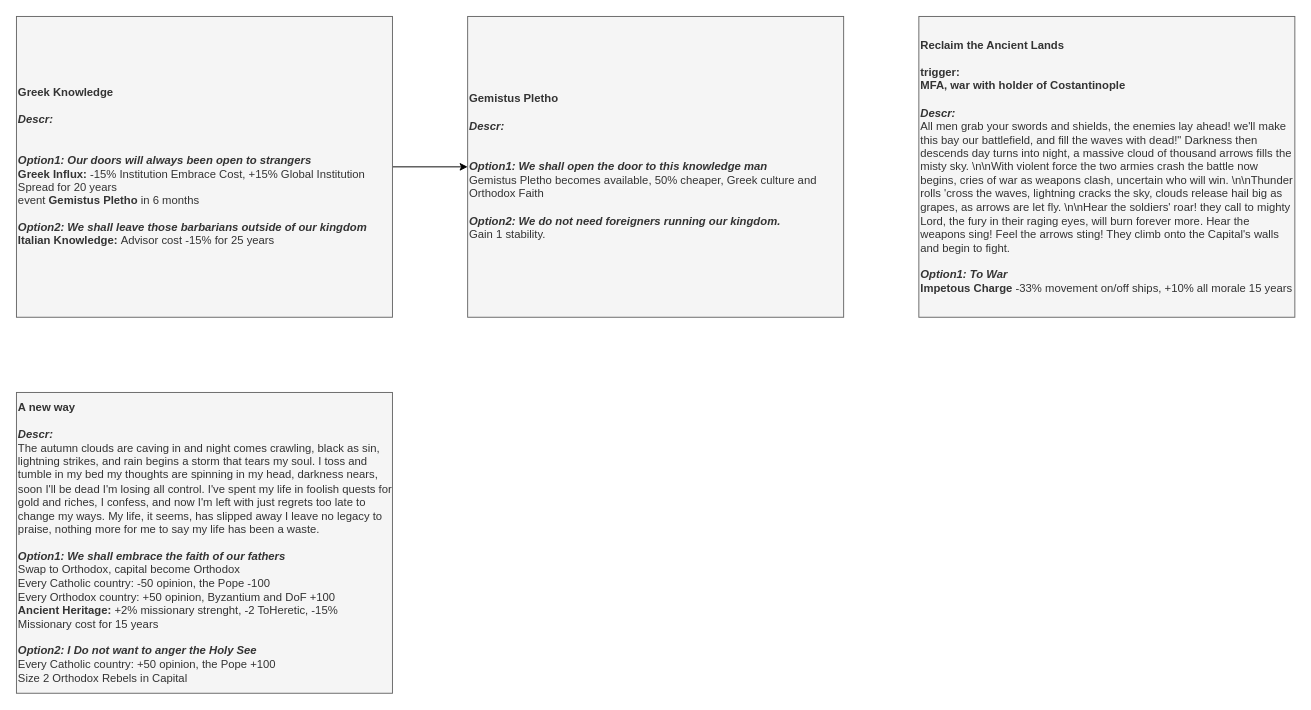
Earlier version of the draw.io diagram page "Events" (2 of 2) of It's Moscato Time/Its Moscato Time.drawio (Melvasul/Missions-Expanded). Source tidied: cells renumbered, new cells numbered last; positions are measured from the earlier drawing's top-left corner, leaving out a move shared by most shapes. Both pictures are drawn from the tidied source at 94%, with x=0, y=0 at pixel (16, 16).
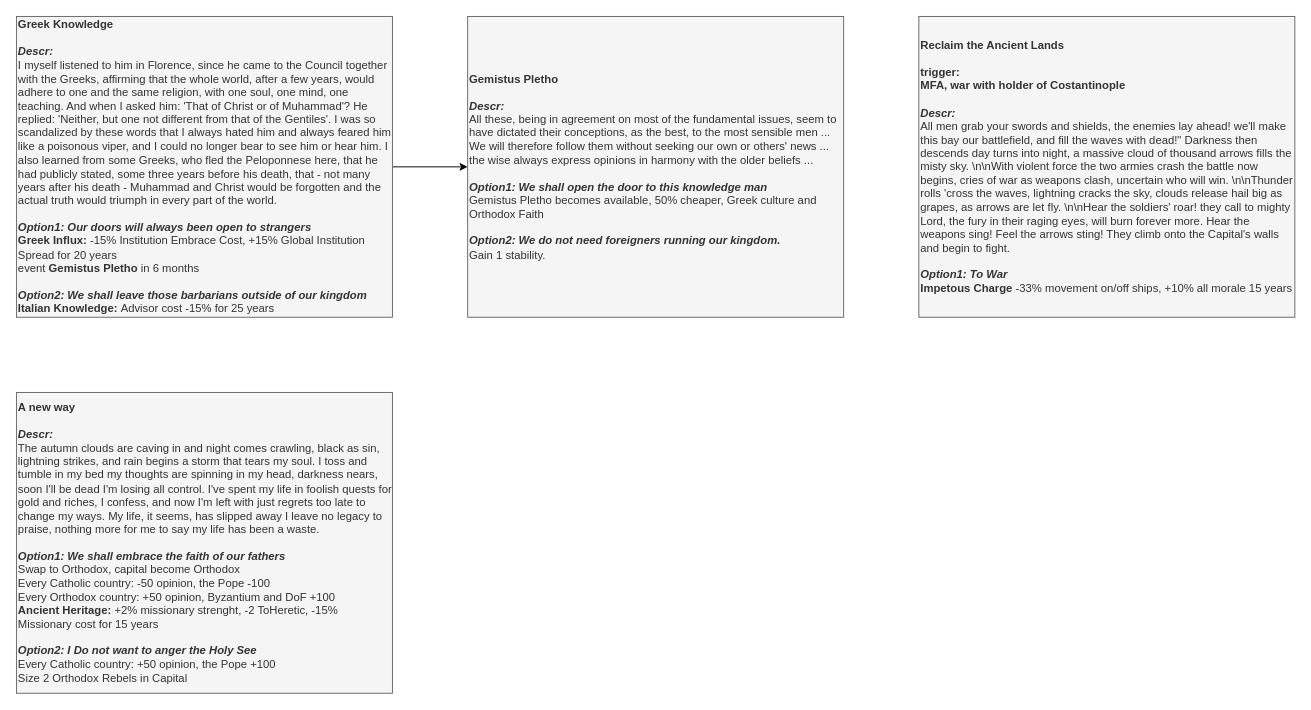
Above is the later version.

Change to the diagram source:
```diff
@@
 <mxGraphModel>
   <root>
     <mxCell id="0" />
     <mxCell id="1" parent="0" />
     <mxCell id="2" style="edgeStyle=orthogonalEdgeStyle;rounded=1;jettySize=auto;html=1;strokeColor=#000000;" parent="1" edge="1" source="3" target="4">
       <mxGeometry relative="1" as="geometry" />
     </mxCell>
-    <mxCell id="3" value="&lt;div style=&quot;font-size: 12px&quot; align=&quot;left&quot;&gt;&lt;b&gt;Greek Knowledge&lt;/b&gt;&lt;/div&gt;&lt;div style=&quot;font-size: 12px&quot; align=&quot;left&quot;&gt;&lt;b&gt;&lt;br&gt;&lt;/b&gt;&lt;/div&gt;&lt;div style=&quot;font-size: 12px&quot; align=&quot;left&quot;&gt;&lt;font style=&quot;font-size: 12px&quot;&gt;&lt;span style=&quot;font-size: 12px&quot;&gt;&lt;font style=&quot;font-size: 12px&quot;&gt;&lt;i style=&quot;font-size: 12px&quot;&gt;&lt;b style=&quot;font-size: 12px&quot;&gt;Descr:&lt;/b&gt;&lt;/i&gt;&lt;/font&gt;&lt;/span&gt;&lt;/font&gt;&lt;/div&gt;&lt;div style=&quot;font-size: 12px&quot; align=&quot;left&quot;&gt;&lt;div align=&quot;left&quot; style=&quot;font-size: 12px&quot;&gt;&lt;br&gt;&lt;/div&gt;&lt;div align=&quot;left&quot; style=&quot;font-size: 12px&quot;&gt;&lt;br&gt;&lt;/div&gt;&lt;/div&gt;&lt;div style=&quot;font-size: 12px&quot; align=&quot;left&quot;&gt;&lt;font style=&quot;font-size: 12px&quot;&gt;&lt;b style=&quot;font-size: 12px&quot;&gt;&lt;i style=&quot;font-size: 12px&quot;&gt;Option1: Our doors will always been open to strangers&lt;/i&gt;&lt;/b&gt;&lt;/font&gt;&lt;/div&gt;&lt;div style=&quot;font-size: 12px&quot; align=&quot;left&quot;&gt;&lt;div align=&quot;left&quot;&gt;&lt;b&gt;Greek Influx:&lt;/b&gt;&amp;nbsp;-15% Institution Embrace Cost, +15% Global Institution Spread for 20 years&lt;/div&gt;&lt;div align=&quot;left&quot;&gt;event&amp;nbsp;&lt;b&gt;Gemistus Pletho&lt;/b&gt;&amp;nbsp;in 6 months&lt;/div&gt;&lt;/div&gt;&lt;div style=&quot;font-size: 12px&quot; align=&quot;left&quot;&gt;&lt;br&gt;&lt;/div&gt;&lt;div style=&quot;font-size: 12px&quot; align=&quot;left&quot;&gt;&lt;font style=&quot;font-size: 12px&quot;&gt;&lt;font style=&quot;font-size: 12px&quot;&gt;&lt;b style=&quot;font-size: 12px&quot;&gt;&lt;i style=&quot;font-size: 12px&quot;&gt;Option2: We shall leave those barbarians outside of our kingdom&lt;/i&gt;&lt;/b&gt;&lt;/font&gt;&lt;/font&gt;&lt;/div&gt;&lt;div style=&quot;font-size: 12px&quot; align=&quot;left&quot;&gt;&lt;b&gt;Italian Knowledge:&lt;/b&gt;&amp;nbsp;Advisor cost -15% for 25 years&lt;/div&gt;" style="rounded=0;whiteSpace=wrap;html=1;align=left;fontSize=12;fillColor=#f5f5f5;strokeColor=#666666;fontColor=#333333;" parent="1" vertex="1">
+    <mxCell id="3" value="&lt;div style=&quot;font-size: 12px&quot; align=&quot;left&quot;&gt;&lt;b&gt;Greek Knowledge&lt;/b&gt;&lt;/div&gt;&lt;div style=&quot;font-size: 12px&quot; align=&quot;left&quot;&gt;&lt;b&gt;&lt;br&gt;&lt;/b&gt;&lt;/div&gt;&lt;div style=&quot;font-size: 12px&quot; align=&quot;left&quot;&gt;&lt;font style=&quot;font-size: 12px&quot;&gt;&lt;span style=&quot;font-size: 12px&quot;&gt;&lt;font style=&quot;font-size: 12px&quot;&gt;&lt;i style=&quot;font-size: 12px&quot;&gt;&lt;b style=&quot;font-size: 12px&quot;&gt;Descr:&lt;/b&gt;&lt;/i&gt;&lt;/font&gt;&lt;/span&gt;&lt;/font&gt;&lt;/div&gt;&lt;div align=&quot;left&quot;&gt;&lt;div align=&quot;left&quot;&gt;I myself listened to him in Florence, since he came to the Council together with the Greeks, affirming that the whole world, after a few years, would adhere to one and the same religion, with one soul, one mind, one teaching. And when I asked him: 'That of Christ or of Muhammad'? He replied: 'Neither, but one not different from that of the Gentiles'. I was so scandalized by these words that I always hated him and always feared him like a poisonous viper, and I could no longer bear to see him or hear him. I also learned from some Greeks, who fled the Peloponnese here, that he had publicly stated, some three years before his death, that - not many years after his death - Muhammad and Christ would be forgotten and the actual truth would triumph in every part of the world.&lt;br&gt;&lt;/div&gt;&lt;div align=&quot;left&quot; style=&quot;font-size: 12px&quot;&gt;&lt;br&gt;&lt;/div&gt;&lt;/div&gt;&lt;div style=&quot;font-size: 12px&quot; align=&quot;left&quot;&gt;&lt;font style=&quot;font-size: 12px&quot;&gt;&lt;b style=&quot;font-size: 12px&quot;&gt;&lt;i style=&quot;font-size: 12px&quot;&gt;Option1: Our doors will always been open to strangers&lt;/i&gt;&lt;/b&gt;&lt;/font&gt;&lt;/div&gt;&lt;div style=&quot;font-size: 12px&quot; align=&quot;left&quot;&gt;&lt;div align=&quot;left&quot;&gt;&lt;b&gt;Greek Influx:&lt;/b&gt;&amp;nbsp;-15% Institution Embrace Cost, +15% Global Institution Spread for 20 years&lt;/div&gt;&lt;div align=&quot;left&quot;&gt;event&amp;nbsp;&lt;b&gt;Gemistus Pletho&lt;/b&gt;&amp;nbsp;in 6 months&lt;/div&gt;&lt;/div&gt;&lt;div style=&quot;font-size: 12px&quot; align=&quot;left&quot;&gt;&lt;br&gt;&lt;/div&gt;&lt;div style=&quot;font-size: 12px&quot; align=&quot;left&quot;&gt;&lt;font style=&quot;font-size: 12px&quot;&gt;&lt;font style=&quot;font-size: 12px&quot;&gt;&lt;b style=&quot;font-size: 12px&quot;&gt;&lt;i style=&quot;font-size: 12px&quot;&gt;Option2: We shall leave those barbarians outside of our kingdom&lt;/i&gt;&lt;/b&gt;&lt;/font&gt;&lt;/font&gt;&lt;/div&gt;&lt;div style=&quot;font-size: 12px&quot; align=&quot;left&quot;&gt;&lt;b&gt;Italian Knowledge:&lt;/b&gt;&amp;nbsp;Advisor cost -15% for 25 years&lt;/div&gt;" style="rounded=0;whiteSpace=wrap;html=1;align=left;fontSize=12;fillColor=#f5f5f5;strokeColor=#666666;fontColor=#333333;" parent="1" vertex="1">
       <mxGeometry width="400" height="320" as="geometry" />
     </mxCell>
-    <mxCell id="4" value="&lt;div align=&quot;left&quot;&gt;&lt;b&gt;Gemistus Pletho&lt;/b&gt;&lt;br&gt;&lt;/div&gt;&lt;div style=&quot;font-size: 12px&quot; align=&quot;left&quot;&gt;&lt;b&gt;&lt;br&gt;&lt;/b&gt;&lt;/div&gt;&lt;div style=&quot;font-size: 12px&quot; align=&quot;left&quot;&gt;&lt;font style=&quot;font-size: 12px&quot;&gt;&lt;span style=&quot;font-size: 12px&quot;&gt;&lt;font style=&quot;font-size: 12px&quot;&gt;&lt;i style=&quot;font-size: 12px&quot;&gt;&lt;b style=&quot;font-size: 12px&quot;&gt;Descr:&lt;/b&gt;&lt;/i&gt;&lt;/font&gt;&lt;/span&gt;&lt;/font&gt;&lt;/div&gt;&lt;div style=&quot;font-size: 12px&quot; align=&quot;left&quot;&gt;&lt;div align=&quot;left&quot; style=&quot;font-size: 12px&quot;&gt;&lt;br&gt;&lt;/div&gt;&lt;div align=&quot;left&quot; style=&quot;font-size: 12px&quot;&gt;&lt;br&gt;&lt;/div&gt;&lt;/div&gt;&lt;div style=&quot;font-size: 12px&quot; align=&quot;left&quot;&gt;&lt;font style=&quot;font-size: 12px&quot;&gt;&lt;b style=&quot;font-size: 12px&quot;&gt;&lt;i style=&quot;font-size: 12px&quot;&gt;Option1: We shall open the door to this knowledge man&lt;/i&gt;&lt;/b&gt;&lt;/font&gt;&lt;/div&gt;&lt;div style=&quot;font-size: 12px&quot; align=&quot;left&quot;&gt;Gemistus Pletho becomes available, 50% cheaper, Greek culture and Orthodox Faith&lt;br&gt;&lt;/div&gt;&lt;div style=&quot;font-size: 12px&quot; align=&quot;left&quot;&gt;&lt;br&gt;&lt;/div&gt;&lt;div style=&quot;font-size: 12px&quot; align=&quot;left&quot;&gt;&lt;font style=&quot;font-size: 12px&quot;&gt;&lt;font style=&quot;font-size: 12px&quot;&gt;&lt;b style=&quot;font-size: 12px&quot;&gt;&lt;i style=&quot;font-size: 12px&quot;&gt;Option2: We do not need foreigners running our kingdom.&lt;/i&gt;&lt;/b&gt;&lt;/font&gt;&lt;/font&gt;&lt;/div&gt;&lt;div style=&quot;font-size: 12px&quot; align=&quot;left&quot;&gt;&lt;font style=&quot;font-size: 12px&quot;&gt;&lt;font style=&quot;font-size: 12px&quot;&gt;&lt;span style=&quot;font-size: 12px&quot;&gt;&lt;span style=&quot;font-size: 12px&quot;&gt;Gain 1 stability.&lt;/span&gt;&lt;/span&gt;&lt;/font&gt;&lt;/font&gt;&lt;/div&gt;" style="rounded=0;whiteSpace=wrap;html=1;align=left;fontSize=12;fillColor=#f5f5f5;strokeColor=#666666;fontColor=#333333;" parent="1" vertex="1">
+    <mxCell id="4" value="&lt;div align=&quot;left&quot;&gt;&lt;b&gt;Gemistus Pletho&lt;/b&gt;&lt;br&gt;&lt;/div&gt;&lt;div style=&quot;font-size: 12px&quot; align=&quot;left&quot;&gt;&lt;b&gt;&lt;br&gt;&lt;/b&gt;&lt;/div&gt;&lt;div style=&quot;font-size: 12px&quot; align=&quot;left&quot;&gt;&lt;font style=&quot;font-size: 12px&quot;&gt;&lt;span style=&quot;font-size: 12px&quot;&gt;&lt;font style=&quot;font-size: 12px&quot;&gt;&lt;i style=&quot;font-size: 12px&quot;&gt;&lt;b style=&quot;font-size: 12px&quot;&gt;Descr:&lt;/b&gt;&lt;/i&gt;&lt;/font&gt;&lt;/span&gt;&lt;/font&gt;&lt;/div&gt;&lt;div align=&quot;left&quot;&gt;&lt;div align=&quot;left&quot;&gt;All these, being in agreement on most of the fundamental issues, seem to have dictated their conceptions, as the best, to the most sensible men ... We will therefore follow them without seeking our own or others' news ... the wise always express opinions in harmony with the older beliefs ...&lt;br&gt;&lt;/div&gt;&lt;div align=&quot;left&quot; style=&quot;font-size: 12px&quot;&gt;&lt;br&gt;&lt;/div&gt;&lt;/div&gt;&lt;div style=&quot;font-size: 12px&quot; align=&quot;left&quot;&gt;&lt;font style=&quot;font-size: 12px&quot;&gt;&lt;b style=&quot;font-size: 12px&quot;&gt;&lt;i style=&quot;font-size: 12px&quot;&gt;Option1: We shall open the door to this knowledge man&lt;/i&gt;&lt;/b&gt;&lt;/font&gt;&lt;/div&gt;&lt;div style=&quot;font-size: 12px&quot; align=&quot;left&quot;&gt;Gemistus Pletho becomes available, 50% cheaper, Greek culture and Orthodox Faith&lt;br&gt;&lt;/div&gt;&lt;div style=&quot;font-size: 12px&quot; align=&quot;left&quot;&gt;&lt;br&gt;&lt;/div&gt;&lt;div style=&quot;font-size: 12px&quot; align=&quot;left&quot;&gt;&lt;font style=&quot;font-size: 12px&quot;&gt;&lt;font style=&quot;font-size: 12px&quot;&gt;&lt;b style=&quot;font-size: 12px&quot;&gt;&lt;i style=&quot;font-size: 12px&quot;&gt;Option2: We do not need foreigners running our kingdom.&lt;/i&gt;&lt;/b&gt;&lt;/font&gt;&lt;/font&gt;&lt;/div&gt;&lt;div style=&quot;font-size: 12px&quot; align=&quot;left&quot;&gt;&lt;font style=&quot;font-size: 12px&quot;&gt;&lt;font style=&quot;font-size: 12px&quot;&gt;&lt;span style=&quot;font-size: 12px&quot;&gt;&lt;span style=&quot;font-size: 12px&quot;&gt;Gain 1 stability.&lt;/span&gt;&lt;/span&gt;&lt;/font&gt;&lt;/font&gt;&lt;/div&gt;" style="rounded=0;whiteSpace=wrap;html=1;align=left;fontSize=12;fillColor=#f5f5f5;strokeColor=#666666;fontColor=#333333;" parent="1" vertex="1">
       <mxGeometry x="480" width="400" height="320" as="geometry" />
     </mxCell>
     <mxCell id="5" value="&lt;div style=&quot;font-size: 12px&quot; align=&quot;left&quot;&gt;&lt;b&gt;A new way&lt;/b&gt;&lt;/div&gt;&lt;div style=&quot;font-size: 12px&quot; align=&quot;left&quot;&gt;&lt;b&gt;&lt;br&gt;&lt;/b&gt;&lt;/div&gt;&lt;div style=&quot;font-size: 12px&quot; align=&quot;left&quot;&gt;&lt;font style=&quot;font-size: 12px&quot;&gt;&lt;span style=&quot;font-size: 12px&quot;&gt;&lt;font style=&quot;font-size: 12px&quot;&gt;&lt;i style=&quot;font-size: 12px&quot;&gt;&lt;b style=&quot;font-size: 12px&quot;&gt;Descr:&lt;/b&gt;&lt;/i&gt;&lt;/font&gt;&lt;/span&gt;&lt;/font&gt;&lt;/div&gt;&lt;div align=&quot;left&quot;&gt;&lt;div align=&quot;left&quot;&gt;&lt;div align=&quot;left&quot;&gt;The autumn clouds are caving in a&lt;span&gt;nd night comes crawling, black as sin, l&lt;/span&gt;&lt;span&gt;ightning strikes, and rain begins a&lt;/span&gt;&lt;span&gt;&amp;nbsp;storm that tears my soul.&amp;nbsp;&lt;/span&gt;&lt;span&gt;I toss and tumble in my bed m&lt;/span&gt;&lt;span&gt;y thoughts are spinning in my head, d&lt;/span&gt;&lt;span&gt;arkness nears, soon I'll be dead&amp;nbsp;&lt;/span&gt;&lt;span&gt;I'm losing all control.&amp;nbsp;&lt;/span&gt;&lt;span&gt;I've spent my life in foolish quests&amp;nbsp;&lt;/span&gt;&lt;span&gt;for gold and riches, I confess, a&lt;/span&gt;&lt;span&gt;nd now I'm left with just regrets t&lt;/span&gt;&lt;span&gt;oo late to change my ways.&amp;nbsp;&lt;/span&gt;&lt;span&gt;My life, it seems, has slipped away&amp;nbsp;&lt;/span&gt;&lt;span&gt;I leave no legacy to praise, n&lt;/span&gt;&lt;span&gt;othing more for me to say m&lt;/span&gt;&lt;span&gt;y life has been a waste.&lt;/span&gt;&lt;/div&gt;&lt;div align=&quot;left&quot;&gt;&lt;br&gt;&lt;/div&gt;&lt;/div&gt;&lt;div align=&quot;left&quot; style=&quot;font-size: 12px&quot;&gt;&lt;b&gt;&lt;i&gt;Option1: We shall embrace the faith of our fathers&lt;/i&gt;&lt;/b&gt;&lt;/div&gt;&lt;/div&gt;&lt;div style=&quot;font-size: 12px&quot; align=&quot;left&quot;&gt;&lt;div align=&quot;left&quot;&gt;Swap to Orthodox, c&lt;span&gt;apital become Orthodox&lt;/span&gt;&lt;/div&gt;&lt;div align=&quot;left&quot;&gt;Every Catholic country: -50 opinion, the Pope -100&lt;/div&gt;&lt;div align=&quot;left&quot;&gt;Every Orthodox country: +50 opinion, Byzantium and DoF +100&lt;/div&gt;&lt;div align=&quot;left&quot;&gt;&lt;b&gt;Ancient Heritage:&lt;/b&gt;&amp;nbsp;+2% missionary strenght, -2 ToHeretic, -15% Missionary cost for 15 years&lt;/div&gt;&lt;div align=&quot;left&quot;&gt;&lt;br&gt;&lt;/div&gt;&lt;/div&gt;&lt;div style=&quot;font-size: 12px&quot; align=&quot;left&quot;&gt;&lt;font style=&quot;font-size: 12px&quot;&gt;&lt;font style=&quot;font-size: 12px&quot;&gt;&lt;b style=&quot;font-size: 12px&quot;&gt;&lt;i style=&quot;font-size: 12px&quot;&gt;Option2: I Do not want to anger the Holy See&lt;/i&gt;&lt;/b&gt;&lt;/font&gt;&lt;/font&gt;&lt;/div&gt;&lt;div align=&quot;left&quot;&gt;Every Catholic country: +50 opinion, the Pope +100&lt;br&gt;&lt;/div&gt;&lt;div align=&quot;left&quot;&gt;Size 2 Orthodox Rebels in Capital&lt;/div&gt;" style="rounded=0;whiteSpace=wrap;html=1;align=left;fontSize=12;fillColor=#f5f5f5;strokeColor=#666666;fontColor=#333333;" parent="1" vertex="1">
       <mxGeometry y="400" width="400" height="320" as="geometry" />
     </mxCell>
     <mxCell id="6" value="&lt;div style=&quot;font-size: 12px&quot; align=&quot;left&quot;&gt;&lt;b&gt;Reclaim the Ancient Lands&lt;/b&gt;&lt;/div&gt;&lt;div style=&quot;font-size: 12px&quot; align=&quot;left&quot;&gt;&lt;b&gt;&lt;br&gt;&lt;/b&gt;&lt;/div&gt;&lt;div style=&quot;font-size: 12px&quot; align=&quot;left&quot;&gt;&lt;b&gt;trigger:&lt;/b&gt;&lt;/div&gt;&lt;div style=&quot;font-size: 12px&quot; align=&quot;left&quot;&gt;&lt;b&gt;MFA, war with holder of Costantinople&lt;/b&gt;&lt;/div&gt;&lt;div style=&quot;font-size: 12px&quot; align=&quot;left&quot;&gt;&lt;b&gt;&lt;br&gt;&lt;/b&gt;&lt;/div&gt;&lt;div style=&quot;font-size: 12px&quot; align=&quot;left&quot;&gt;&lt;font style=&quot;font-size: 12px&quot;&gt;&lt;span style=&quot;font-size: 12px&quot;&gt;&lt;font style=&quot;font-size: 12px&quot;&gt;&lt;i style=&quot;font-size: 12px&quot;&gt;&lt;b style=&quot;font-size: 12px&quot;&gt;Descr:&lt;/b&gt;&lt;/i&gt;&lt;/font&gt;&lt;/span&gt;&lt;/font&gt;&lt;/div&gt;&lt;div align=&quot;left&quot;&gt;&lt;div align=&quot;left&quot;&gt;All men grab your swords and shields, the enemies lay ahead! we'll make this bay our battlefield, and fill the waves with dead!&quot; Darkness then descends day turns into night, a massive cloud of thousand arrows fills the misty sky. \n\nWith violent force the two armies crash the battle now begins, cries of war as weapons clash, uncertain who will win. \n\nThunder rolls 'cross the waves, lightning cracks the sky, clouds release hail big as grapes, as arrows are let fly. \n\nHear the soldiers' roar! they call to mighty Lord, the fury in their raging eyes, will burn forever more. Hear the weapons sing! Feel the arrows sting! They climb onto the Capital's walls and begin to fight.&lt;br&gt;&lt;/div&gt;&lt;div align=&quot;left&quot; style=&quot;font-size: 12px&quot;&gt;&lt;br&gt;&lt;/div&gt;&lt;/div&gt;&lt;div style=&quot;font-size: 12px&quot; align=&quot;left&quot;&gt;&lt;font style=&quot;font-size: 12px&quot;&gt;&lt;b style=&quot;font-size: 12px&quot;&gt;&lt;i style=&quot;font-size: 12px&quot;&gt;Option1: To War&lt;/i&gt;&lt;/b&gt;&lt;/font&gt;&lt;/div&gt;&lt;div style=&quot;font-size: 12px&quot; align=&quot;left&quot;&gt;&lt;b&gt;Impetous Charge&lt;/b&gt;&lt;span&gt;&amp;nbsp;-33% movement on/off ships, +10% all morale 15 years&lt;/span&gt;&lt;/div&gt;" style="rounded=0;whiteSpace=wrap;html=1;align=left;fontSize=12;fillColor=#f5f5f5;strokeColor=#666666;fontColor=#333333;" parent="1" vertex="1">
       <mxGeometry x="960" width="400" height="320" as="geometry" />
     </mxCell>
   </root>
 </mxGraphModel>
```
